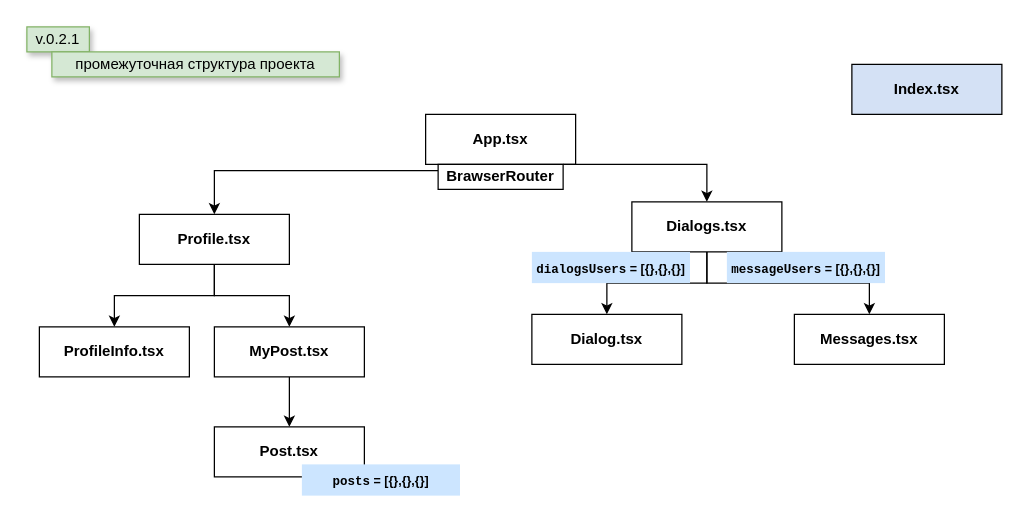
Before: Untitled Diagram.drawio in AndrosovMA/Social_network, a draw.io diagram. Source tidied: cells renumbered, new cells numbered last; positions are measured from the earlier drawing's top-left corner, leaving out a move shared by most shapes. Both pictures are drawn from the tidied source at 125%, with x=0, y=0 at pixel (26, 26).
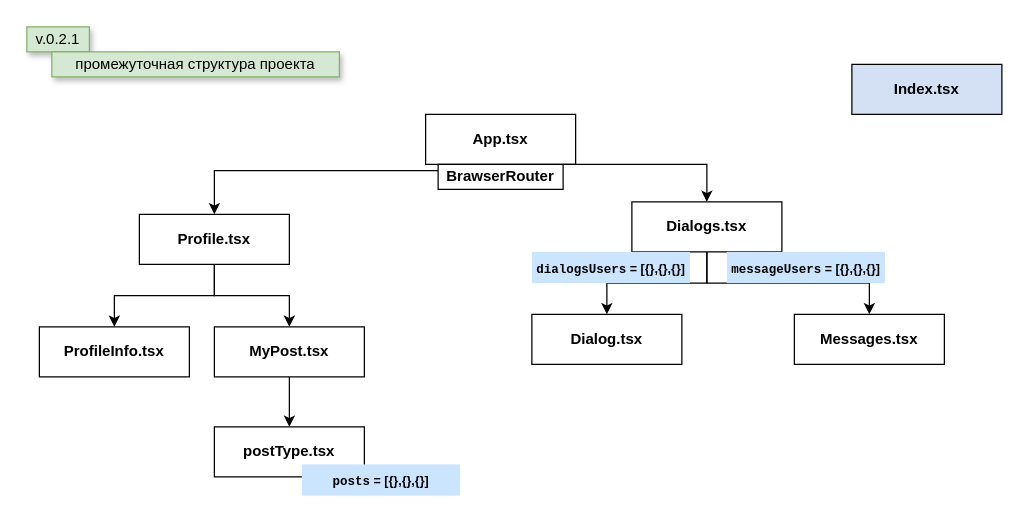
Above is the later version.

Change to the diagram source:
```diff
@@
-    <mxCell id="18" value="&lt;b&gt;Post.tsx&lt;/b&gt;" style="rounded=0;whiteSpace=wrap;html=1;fillColor=#FFFFFF;" parent="1" vertex="1">
+    <mxCell id="18" value="&lt;b&gt;postType.tsx&lt;/b&gt;" style="rounded=0;whiteSpace=wrap;html=1;fillColor=#FFFFFF;" parent="1" vertex="1">
       <mxGeometry x="150" y="320" width="120" height="40" as="geometry" />
     </mxCell>
```
